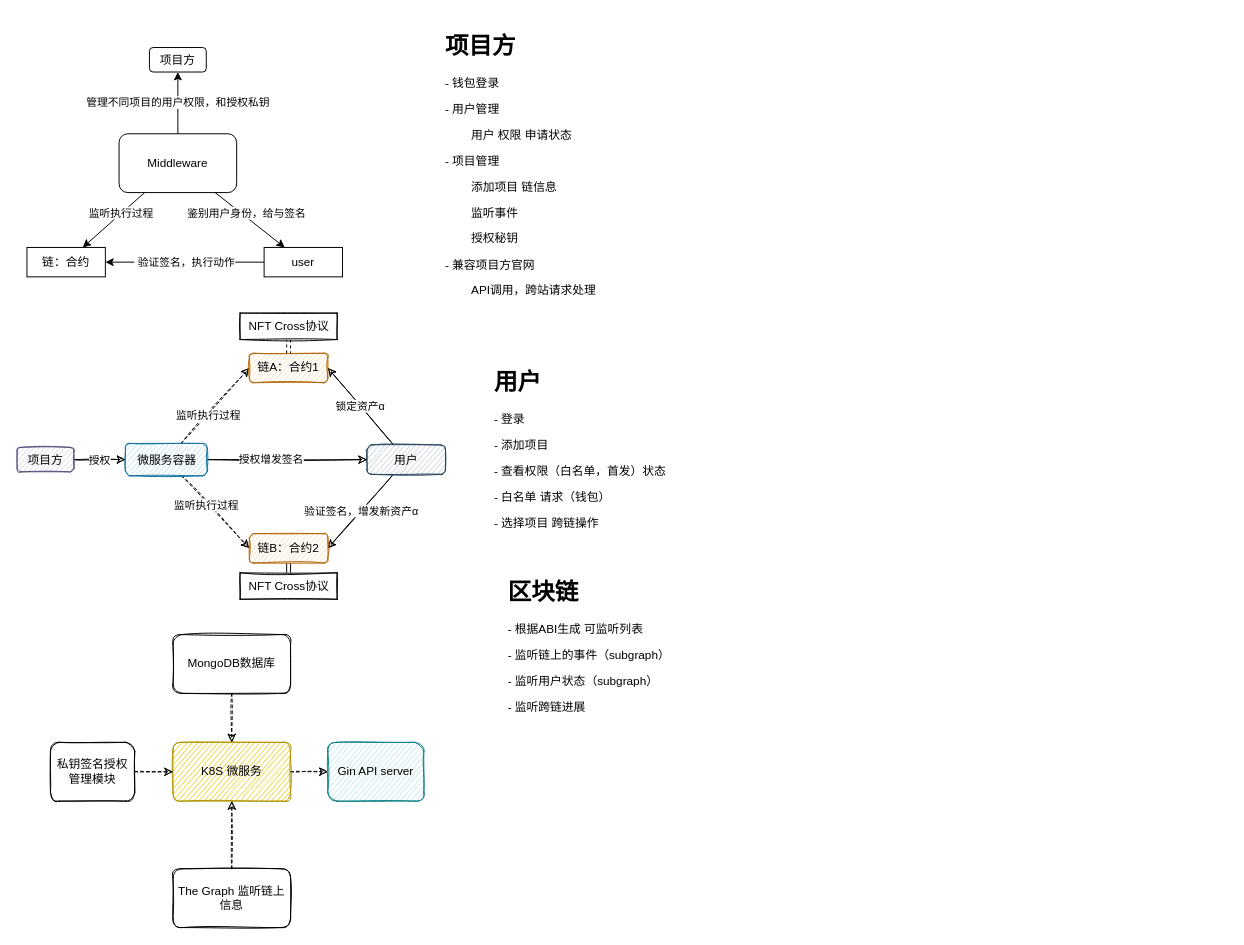
Above: doc/design.drawio in liusanchuan/Middleware.web3 (draw.io), before the change. Source tidied: cells renumbered, new cells numbered last; positions are measured from the earlier drawing's top-left corner, leaving out a move shared by most shapes. Both pictures are drawn from the tidied source at 98%, with x=0, y=0 at pixel (17, 26).
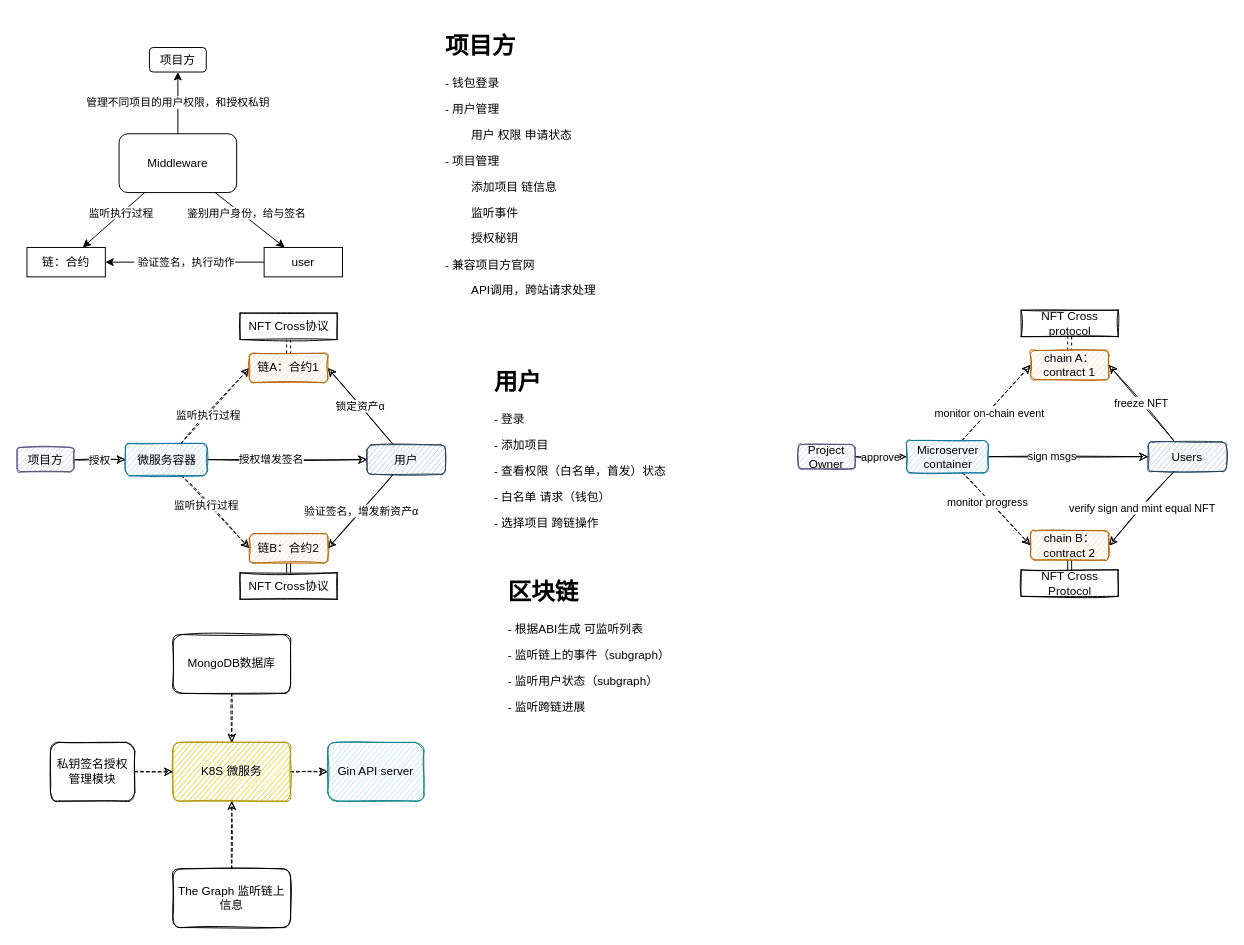
The same diagram, later.

Change to the diagram source:
```diff
@@
+    <mxCell id="42" value="freeze NFT" style="edgeStyle=none;rounded=0;jettySize=auto;html=1;entryX=1;entryY=0.5;entryDx=0;entryDy=0;sketch=1;" parent="1" edge="1" source="44" target="55">
+      <mxGeometry relative="1" as="geometry" />
+    </mxCell>
+    <mxCell id="43" value="verify sign and mint equal NFT" style="edgeStyle=none;rounded=0;jettySize=auto;html=1;entryX=1;entryY=0.5;entryDx=0;entryDy=0;sketch=1;" parent="1" edge="1" source="44" target="57">
+      <mxGeometry relative="1" as="geometry" />
+    </mxCell>
+    <mxCell id="44" value="Users" style="rounded=1;whiteSpace=wrap;html=1;fillColor=#bac8d3;strokeColor=#23445d;sketch=1;" parent="1" vertex="1">
+      <mxGeometry x="1154" y="423.5" width="80" height="30" as="geometry" />
+    </mxCell>
+    <mxCell id="45" value="approve" style="edgeStyle=none;rounded=0;jettySize=auto;html=1;sketch=1;entryX=0;entryY=0.5;entryDx=0;entryDy=0;exitX=1;exitY=0.5;exitDx=0;exitDy=0;" parent="1" edge="1" source="53" target="52">
+      <mxGeometry relative="1" as="geometry" />
+    </mxCell>
+    <mxCell id="46" style="edgeStyle=none;rounded=0;jettySize=auto;html=1;sketch=1;" parent="1" edge="1" source="52" target="44">
+      <mxGeometry relative="1" as="geometry" />
+    </mxCell>
+    <mxCell id="47" value="sign msgs" style="edgeLabel;html=1;align=center;verticalAlign=middle;" parent="46" vertex="1">
+      <mxGeometry x="-0.22" y="1" relative="1" as="geometry" />
+    </mxCell>
+    <mxCell id="48" style="edgeStyle=none;rounded=0;jettySize=auto;html=1;entryX=0;entryY=0.5;entryDx=0;entryDy=0;dashed=1;sketch=1;" parent="1" edge="1" source="52" target="55">
+      <mxGeometry relative="1" as="geometry" />
+    </mxCell>
+    <mxCell id="49" value="monitor on-chain event" style="edgeLabel;html=1;align=center;verticalAlign=middle;" parent="48" vertex="1">
+      <mxGeometry x="-0.24" y="-1" relative="1" as="geometry" />
+    </mxCell>
+    <mxCell id="50" style="rounded=0;jettySize=auto;html=1;entryX=0;entryY=0.5;entryDx=0;entryDy=0;dashed=1;sketch=1;" parent="1" edge="1" source="52" target="57">
+      <mxGeometry relative="1" as="geometry" />
+    </mxCell>
+    <mxCell id="51" value="monitor progress" style="edgeLabel;html=1;align=center;verticalAlign=middle;" parent="50" vertex="1">
+      <mxGeometry x="-0.23" y="-2" relative="1" as="geometry" />
+    </mxCell>
+    <mxCell id="52" value="Microserver container" style="rounded=1;whiteSpace=wrap;html=1;fillColor=#b1ddf0;strokeColor=#10739e;sketch=1;" parent="1" vertex="1">
+      <mxGeometry x="907.5" y="422" width="83.5" height="33" as="geometry" />
+    </mxCell>
+    <mxCell id="53" value="Project Owner" style="rounded=1;whiteSpace=wrap;html=1;fillColor=#d0cee2;strokeColor=#56517e;sketch=1;" parent="1" vertex="1">
+      <mxGeometry x="797" y="426" width="58" height="25" as="geometry" />
+    </mxCell>
+    <mxCell id="54" style="edgeStyle=none;shape=link;rounded=0;jettySize=auto;html=1;dashed=1;" parent="1" edge="1" source="55" target="59">
+      <mxGeometry relative="1" as="geometry" />
+    </mxCell>
+    <mxCell id="55" value="chain A：&lt;br&gt;contract 1" style="rounded=1;whiteSpace=wrap;html=1;fillColor=#fad7ac;strokeColor=#b46504;sketch=1;" parent="1" vertex="1">
+      <mxGeometry x="1034" y="330" width="80" height="30" as="geometry" />
+    </mxCell>
+    <mxCell id="56" style="edgeStyle=none;rounded=0;jettySize=auto;html=1;shape=link;" parent="1" edge="1" source="57" target="58">
+      <mxGeometry relative="1" as="geometry" />
+    </mxCell>
+    <mxCell id="57" value="chain B：contract 2" style="rounded=1;whiteSpace=wrap;html=1;fillColor=#fad7ac;strokeColor=#b46504;sketch=1;" parent="1" vertex="1">
+      <mxGeometry x="1034" y="514" width="80" height="30" as="geometry" />
+    </mxCell>
+    <mxCell id="58" value="NFT Cross Protocol" style="whiteSpace=wrap;html=1;rounded=0;sketch=1;" parent="1" vertex="1">
+      <mxGeometry x="1024.5" y="554" width="99" height="27" as="geometry" />
+    </mxCell>
+    <mxCell id="59" value="NFT Cross protocol" style="whiteSpace=wrap;html=1;rounded=0;sketch=1;" parent="1" vertex="1">
+      <mxGeometry x="1024.5" y="289" width="99" height="27" as="geometry" />
+    </mxCell>
```
